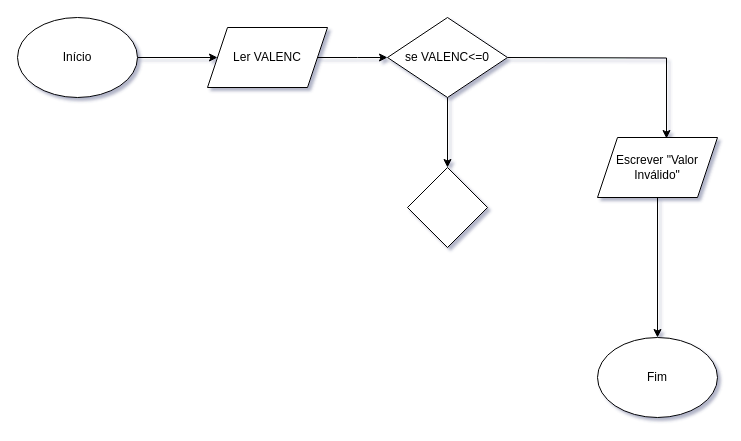
The draw.io diagram Fluxo 12.drawio in Rato0101/Fluxogramas, before the edit. Source tidied: cells renumbered, new cells numbered last; positions are measured from the earlier drawing's top-left corner, leaving out a move shared by most shapes. Both pictures are drawn from the tidied source at 100%, with x=0, y=0 at pixel (17, 17).
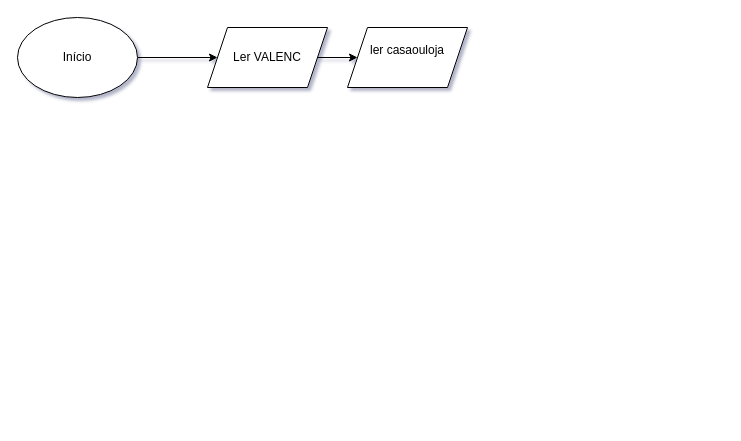
The same page after the edit.

Diff of the diagram source:
```diff
@@
 <mxGraphModel background="light-dark(#ffffff, #121212)" shadow="1">
   <root>
     <mxCell id="0" />
     <mxCell id="1" parent="0" />
-    <mxCell id="2" value="Fim" style="ellipse;whiteSpace=wrap;html=1;shapeInside=1;" parent="1" vertex="1">
-      <mxGeometry x="580" y="320" width="120" height="80" as="geometry" />
-    </mxCell>
     <mxCell id="3" style="edgeStyle=orthogonalEdgeStyle;rounded=0;jettySize=auto;html=1;" parent="1" edge="1" source="4" target="6">
       <mxGeometry relative="1" as="geometry" />
     </mxCell>
     <mxCell id="4" value="Início" style="ellipse;whiteSpace=wrap;html=1;shapeInside=1;" parent="1" vertex="1">
       <mxGeometry width="120" height="80" as="geometry" />
     </mxCell>
-    <mxCell id="5" style="edgeStyle=orthogonalEdgeStyle;rounded=0;jettySize=auto;html=1;" parent="1" edge="1" source="6">
-      <mxGeometry relative="1" as="geometry">
-        <mxPoint x="370" y="40" as="targetPoint" />
-      </mxGeometry>
-    </mxCell>
+    <mxCell id="13" style="edgeStyle=orthogonalEdgeStyle;rounded=0;jettySize=auto;html=1;entryX=0;entryY=0.5;entryDx=0;entryDy=0;" parent="1" edge="1" source="6" target="14">
+      <mxGeometry relative="1" as="geometry" />
+    </mxCell>
     <mxCell id="6" value="Ler VALENC" style="shape=parallelogram;perimeter=parallelogramPerimeter;whiteSpace=wrap;html=1;shapeInside=1;fixedSize=1;" parent="1" vertex="1">
       <mxGeometry x="190" y="10" width="120" height="60" as="geometry" />
     </mxCell>
-    <mxCell id="7" style="edgeStyle=orthogonalEdgeStyle;rounded=0;jettySize=auto;html=1;" parent="1" edge="1" source="8" target="2">
-      <mxGeometry relative="1" as="geometry" />
-    </mxCell>
-    <mxCell id="8" value="Escrever &quot;Valor Inválido&quot;" style="shape=parallelogram;perimeter=parallelogramPerimeter;whiteSpace=wrap;html=1;shapeInside=1;fixedSize=1;" parent="1" vertex="1">
-      <mxGeometry x="580" y="120" width="120" height="60" as="geometry" />
-    </mxCell>
-    <mxCell id="9" style="edgeStyle=orthogonalEdgeStyle;rounded=0;jettySize=auto;html=1;entryX=0.575;entryY=0.017;entryDx=0;entryDy=0;entryPerimeter=0;" parent="1" edge="1" target="8">
-      <mxGeometry relative="1" as="geometry">
-        <mxPoint x="490" y="40" as="sourcePoint" />
-      </mxGeometry>
-    </mxCell>
-    <mxCell id="10" style="edgeStyle=orthogonalEdgeStyle;rounded=0;jettySize=auto;html=1;" parent="1" edge="1" source="11" target="12">
-      <mxGeometry relative="1" as="geometry" />
-    </mxCell>
-    <mxCell id="11" value="se VALENC&amp;lt;=0" style="rhombus;whiteSpace=wrap;html=1;shapeInside=1;" parent="1" vertex="1">
-      <mxGeometry x="370" width="120" height="80" as="geometry" />
-    </mxCell>
-    <mxCell id="12" style="rhombus;whiteSpace=wrap;html=1;shapeInside=1;" parent="1" vertex="1">
-      <mxGeometry x="390" y="150" width="80" height="80" as="geometry" />
-    </mxCell>
+    <mxCell id="14" value="ler casaouloja&lt;div&gt;&lt;br/&gt;&lt;/div&gt;" style="shape=parallelogram;perimeter=parallelogramPerimeter;whiteSpace=wrap;html=1;shapeInside=1;fixedSize=1;" parent="1" vertex="1">
+      <mxGeometry x="330" y="10" width="120" height="60" as="geometry" />
+    </mxCell>
   </root>
 </mxGraphModel>
```
